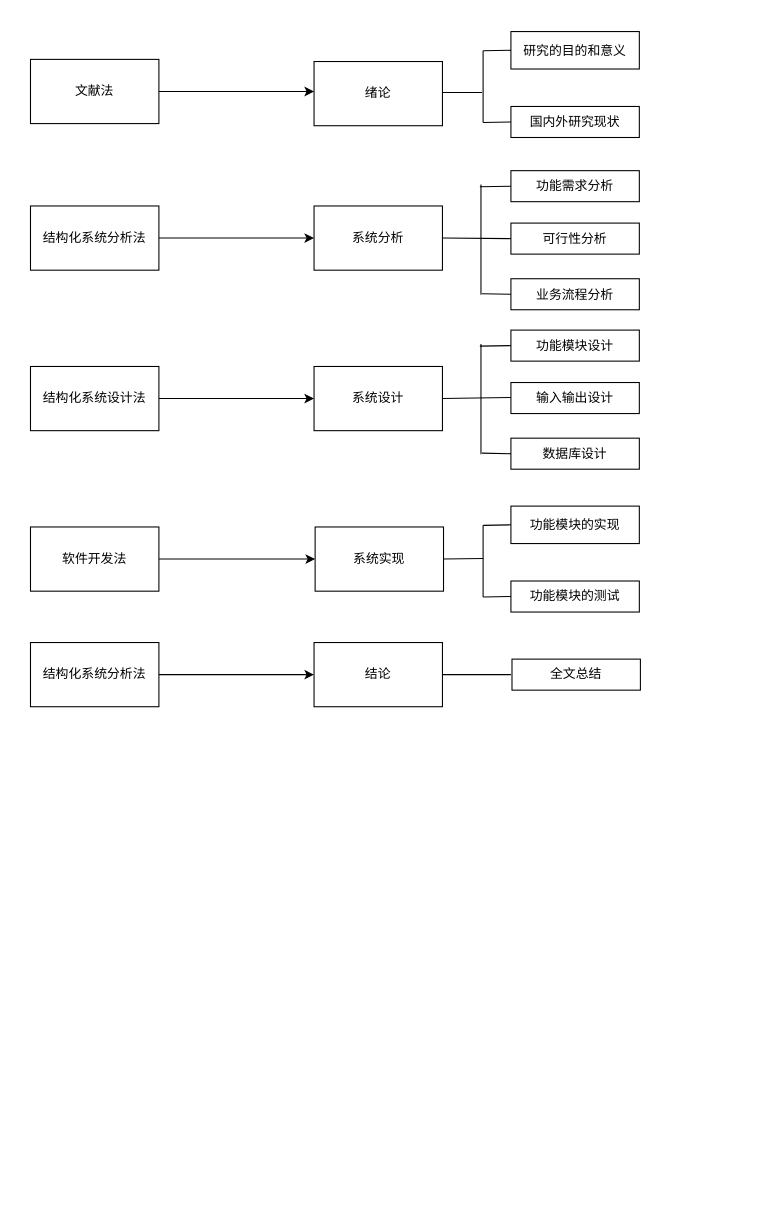
The draw.io diagram images/技术路线.drawio in biienu/draw-io, before the edit. Source tidied: cells renumbered, new cells numbered last; positions are measured from the earlier drawing's top-left corner, leaving out a move shared by most shapes. Both pictures are drawn from the tidied source at 107%, with x=0, y=0 at pixel (30, 31).
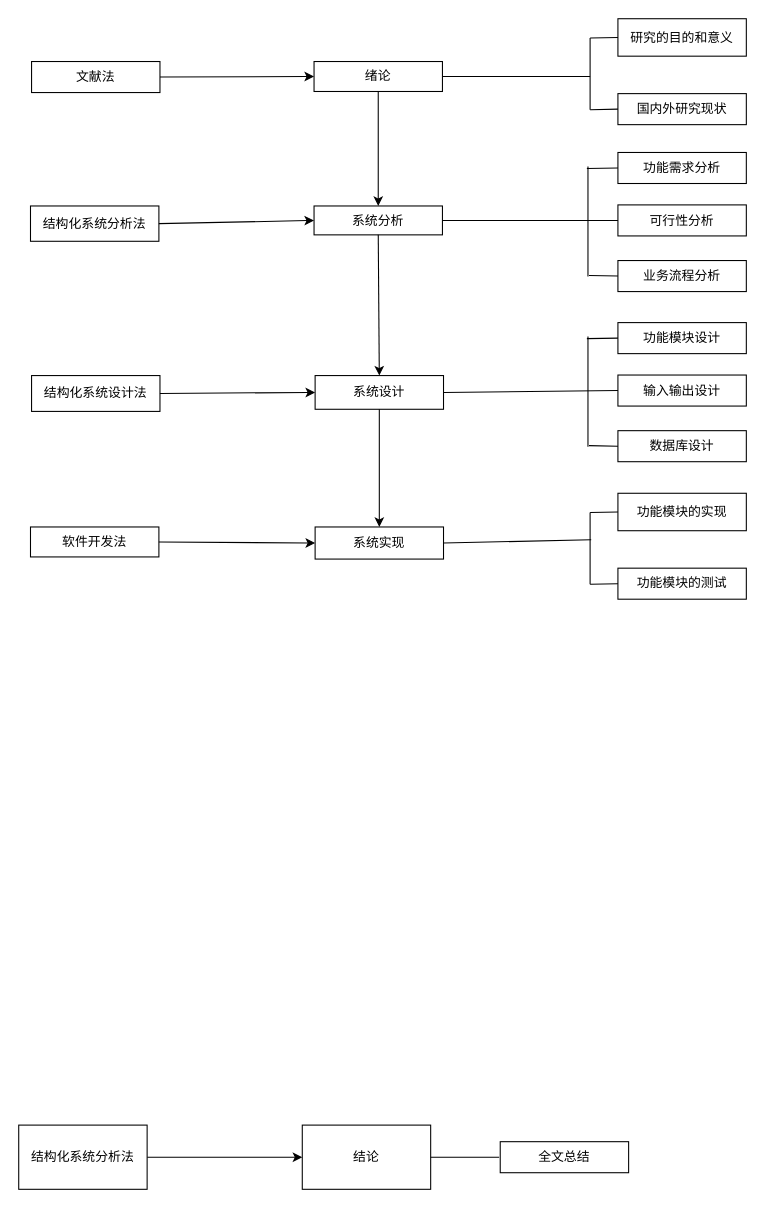
After the change.

Commit message:
更新技术路线.drawio

The edit, as a diff of the source:
```diff
@@
-    <mxCell id="2" style="edgeStyle=orthogonalEdgeStyle;rounded=0;jettySize=auto;html=1;" parent="1" edge="1" source="3">
-      <mxGeometry relative="1" as="geometry">
-        <mxPoint x="265" y="56" as="targetPoint" />
-      </mxGeometry>
-    </mxCell>
     <mxCell id="3" value="文献法" style="rounded=0;whiteSpace=wrap;html=1;" parent="1" vertex="1">
-      <mxGeometry y="26" width="120" height="60" as="geometry" />
+      <mxGeometry x="1" y="28" width="120" height="29" as="geometry" />
     </mxCell>
     <mxCell id="4" value="绪论" style="rounded=0;whiteSpace=wrap;html=1;" parent="1" vertex="1">
-      <mxGeometry x="265" y="28" width="120" height="60" as="geometry" />
+      <mxGeometry x="265" y="28" width="120" height="28" as="geometry" />
     </mxCell>
     <mxCell id="5" value="国内外研究现状" style="rounded=0;whiteSpace=wrap;html=1;" parent="1" vertex="1">
-      <mxGeometry x="449" y="70" width="120" height="29" as="geometry" />
+      <mxGeometry x="549" y="58" width="120" height="29" as="geometry" />
     </mxCell>
     <mxCell id="6" value="研究的目的和意义" style="rounded=0;whiteSpace=wrap;html=1;" parent="1" vertex="1">
-      <mxGeometry x="449" width="120" height="35" as="geometry" />
+      <mxGeometry x="549" y="-12" width="120" height="35" as="geometry" />
     </mxCell>
-    <mxCell id="7" style="endArrow=none;html=1;rounded=0;exitX=1;exitY=0.5;exitDx=0;exitDy=0;" parent="1" edge="1">
-      <mxGeometry relative="1" as="geometry">
-        <mxPoint x="385" y="57" as="sourcePoint" />
-        <mxPoint x="422" y="57" as="targetPoint" />
-      </mxGeometry>
-    </mxCell>
     <mxCell id="8" style="endArrow=none;html=1;rounded=0;" parent="1" edge="1">
       <mxGeometry relative="1" as="geometry">
-        <mxPoint x="423" y="85" as="sourcePoint" />
-        <mxPoint x="423" y="18" as="targetPoint" />
+        <mxPoint x="523" y="73" as="sourcePoint" />
+        <mxPoint x="523" y="6" as="targetPoint" />
       </mxGeometry>
     </mxCell>
-    <mxCell id="9" style="edgeStyle=orthogonalEdgeStyle;rounded=0;jettySize=auto;html=1;" parent="1" edge="1" source="10" target="11">
-      <mxGeometry relative="1" as="geometry" />
-    </mxCell>
     <mxCell id="10" value="结构化系统分析法" style="rounded=0;whiteSpace=wrap;html=1;" parent="1" vertex="1">
-      <mxGeometry y="163" width="120" height="60" as="geometry" />
+      <mxGeometry y="163" width="120" height="33" as="geometry" />
     </mxCell>
     <mxCell id="11" value="系统分析" style="whiteSpace=wrap;html=1;rounded=0;" parent="1" vertex="1">
-      <mxGeometry x="265" y="163" width="120" height="60" as="geometry" />
+      <mxGeometry x="265" y="163" width="120" height="27" as="geometry" />
     </mxCell>
     <mxCell id="12" style="endArrow=none;html=1;rounded=0;exitX=0;exitY=0.5;exitDx=0;exitDy=0;" parent="1" edge="1" source="5">
       <mxGeometry relative="1" as="geometry">
-        <mxPoint x="423" y="85" as="targetPoint" />
+        <mxPoint x="523" y="73" as="targetPoint" />
       </mxGeometry>
     </mxCell>
     <mxCell id="13" style="endArrow=none;html=1;rounded=0;entryX=0;entryY=0.5;entryDx=0;entryDy=0;" parent="1" edge="1" target="6">
       <mxGeometry relative="1" as="geometry">
-        <mxPoint x="423" y="18" as="sourcePoint" />
+        <mxPoint x="523" y="6" as="sourcePoint" />
       </mxGeometry>
     </mxCell>
-    <mxCell id="14" style="endArrow=none;html=1;rounded=0;exitX=1;exitY=0.5;exitDx=0;exitDy=0;entryX=0;entryY=0.5;entryDx=0;entryDy=0;" parent="1" edge="1" source="11" target="16">
-      <mxGeometry relative="1" as="geometry" />
-    </mxCell>
     <mxCell id="15" value="功能需求分析" style="rounded=0;whiteSpace=wrap;html=1;" parent="1" vertex="1">
-      <mxGeometry x="449" y="130" width="120" height="29" as="geometry" />
+      <mxGeometry x="549" y="113" width="120" height="29" as="geometry" />
     </mxCell>
     <mxCell id="16" value="可行性分析" style="rounded=0;whiteSpace=wrap;html=1;" parent="1" vertex="1">
-      <mxGeometry x="449" y="179" width="120" height="29" as="geometry" />
+      <mxGeometry x="549" y="162" width="120" height="29" as="geometry" />
     </mxCell>
     <mxCell id="17" value="业务流程分析" style="rounded=0;whiteSpace=wrap;html=1;" parent="1" vertex="1">
-      <mxGeometry x="449" y="231" width="120" height="29" as="geometry" />
+      <mxGeometry x="549" y="214" width="120" height="29" as="geometry" />
     </mxCell>
     <mxCell id="18" style="endArrow=none;html=1;rounded=0;" parent="1" edge="1">
       <mxGeometry relative="1" as="geometry">
-        <mxPoint x="421" y="246" as="sourcePoint" />
-        <mxPoint x="421" y="143" as="targetPoint" />
+        <mxPoint x="521" y="229" as="sourcePoint" />
+        <mxPoint x="521" y="126" as="targetPoint" />
       </mxGeometry>
     </mxCell>
     <mxCell id="19" style="endArrow=none;html=1;rounded=0;entryX=0;entryY=0.5;entryDx=0;entryDy=0;" parent="1" edge="1" target="15">
       <mxGeometry relative="1" as="geometry">
-        <mxPoint x="420" y="145" as="sourcePoint" />
+        <mxPoint x="520" y="128" as="sourcePoint" />
       </mxGeometry>
     </mxCell>
     <mxCell id="20" style="endArrow=none;html=1;rounded=0;exitX=0;exitY=0.5;exitDx=0;exitDy=0;" parent="1" edge="1" source="17">
       <mxGeometry relative="1" as="geometry">
-        <mxPoint x="422" y="245" as="targetPoint" />
+        <mxPoint x="522" y="228" as="targetPoint" />
       </mxGeometry>
     </mxCell>
-    <mxCell id="21" style="edgeStyle=orthogonalEdgeStyle;rounded=0;jettySize=auto;html=1;" parent="1" edge="1" source="22" target="23">
-      <mxGeometry relative="1" as="geometry" />
-    </mxCell>
     <mxCell id="22" value="结构化系统设计法" style="rounded=0;whiteSpace=wrap;html=1;" parent="1" vertex="1">
-      <mxGeometry y="313" width="120" height="60" as="geometry" />
+      <mxGeometry x="1" y="321.5" width="120" height="33.5" as="geometry" />
     </mxCell>
     <mxCell id="23" value="系统设计" style="whiteSpace=wrap;html=1;rounded=0;" parent="1" vertex="1">
-      <mxGeometry x="265" y="313" width="120" height="60" as="geometry" />
+      <mxGeometry x="266" y="321.5" width="120" height="31.5" as="geometry" />
     </mxCell>
     <mxCell id="24" value="功能模块设计" style="rounded=0;whiteSpace=wrap;html=1;" parent="1" vertex="1">
-      <mxGeometry x="449" y="279" width="120" height="29" as="geometry" />
+      <mxGeometry x="549" y="272" width="120" height="29" as="geometry" />
     </mxCell>
     <mxCell id="25" value="输入输出设计" style="rounded=0;whiteSpace=wrap;html=1;" parent="1" vertex="1">
-      <mxGeometry x="449" y="328" width="120" height="29" as="geometry" />
+      <mxGeometry x="549" y="321" width="120" height="29" as="geometry" />
     </mxCell>
     <mxCell id="26" value="数据库设计" style="rounded=0;whiteSpace=wrap;html=1;" parent="1" vertex="1">
-      <mxGeometry x="449" y="380" width="120" height="29" as="geometry" />
+      <mxGeometry x="549" y="373" width="120" height="29" as="geometry" />
     </mxCell>
     <mxCell id="27" style="endArrow=none;html=1;rounded=0;" parent="1" edge="1">
       <mxGeometry relative="1" as="geometry">
-        <mxPoint x="421" y="395" as="sourcePoint" />
-        <mxPoint x="421" y="292" as="targetPoint" />
+        <mxPoint x="521" y="388" as="sourcePoint" />
+        <mxPoint x="521" y="285" as="targetPoint" />
       </mxGeometry>
     </mxCell>
     <mxCell id="28" style="endArrow=none;html=1;rounded=0;entryX=0;entryY=0.5;entryDx=0;entryDy=0;" parent="1" edge="1" target="24">
       <mxGeometry relative="1" as="geometry">
-        <mxPoint x="420" y="294" as="sourcePoint" />
+        <mxPoint x="520" y="287" as="sourcePoint" />
       </mxGeometry>
     </mxCell>
     <mxCell id="29" style="endArrow=none;html=1;rounded=0;exitX=0;exitY=0.5;exitDx=0;exitDy=0;" parent="1" edge="1" source="26">
       <mxGeometry relative="1" as="geometry">
-        <mxPoint x="422" y="394" as="targetPoint" />
+        <mxPoint x="522" y="387" as="targetPoint" />
       </mxGeometry>
     </mxCell>
-    <mxCell id="30" style="endArrow=none;html=1;rounded=0;exitX=1;exitY=0.5;exitDx=0;exitDy=0;" parent="1" edge="1" source="23">
-      <mxGeometry relative="1" as="geometry">
-        <mxPoint x="449" y="342" as="targetPoint" />
-      </mxGeometry>
-    </mxCell>
-    <mxCell id="31" style="edgeStyle=orthogonalEdgeStyle;rounded=0;jettySize=auto;html=1;" parent="1" edge="1" source="32" target="33">
-      <mxGeometry relative="1" as="geometry" />
-    </mxCell>
     <mxCell id="32" value="软件开发法" style="rounded=0;whiteSpace=wrap;html=1;" parent="1" vertex="1">
-      <mxGeometry y="463" width="120" height="60" as="geometry" />
+      <mxGeometry y="463" width="120" height="28" as="geometry" />
     </mxCell>
     <mxCell id="33" value="系统实现" style="whiteSpace=wrap;html=1;rounded=0;" parent="1" vertex="1">
-      <mxGeometry x="266" y="463" width="120" height="60" as="geometry" />
+      <mxGeometry x="266" y="463" width="120" height="30" as="geometry" />
     </mxCell>
     <mxCell id="34" value="功能模块的测试" style="rounded=0;whiteSpace=wrap;html=1;" parent="1" vertex="1">
-      <mxGeometry x="449" y="513.5" width="120" height="29" as="geometry" />
+      <mxGeometry x="549" y="501.5" width="120" height="29" as="geometry" />
     </mxCell>
     <mxCell id="35" value="功能模块的实现" style="rounded=0;whiteSpace=wrap;html=1;" parent="1" vertex="1">
-      <mxGeometry x="449" y="443.5" width="120" height="35" as="geometry" />
+      <mxGeometry x="549" y="431.5" width="120" height="35" as="geometry" />
     </mxCell>
     <mxCell id="36" style="endArrow=none;html=1;rounded=0;" parent="1" edge="1">
       <mxGeometry relative="1" as="geometry">
-        <mxPoint x="423" y="528.5" as="sourcePoint" />
-        <mxPoint x="423" y="461.5" as="targetPoint" />
+        <mxPoint x="523" y="516.5" as="sourcePoint" />
+        <mxPoint x="523" y="449.5" as="targetPoint" />
       </mxGeometry>
     </mxCell>
     <mxCell id="37" style="endArrow=none;html=1;rounded=0;exitX=0;exitY=0.5;exitDx=0;exitDy=0;" parent="1" edge="1" source="34">
       <mxGeometry relative="1" as="geometry">
-        <mxPoint x="423" y="528.5" as="targetPoint" />
+        <mxPoint x="523" y="516.5" as="targetPoint" />
       </mxGeometry>
     </mxCell>
     <mxCell id="38" style="endArrow=none;html=1;rounded=0;entryX=0;entryY=0.5;entryDx=0;entryDy=0;" parent="1" edge="1" target="35">
       <mxGeometry relative="1" as="geometry">
-        <mxPoint x="423" y="461.5" as="sourcePoint" />
+        <mxPoint x="523" y="449.5" as="sourcePoint" />
       </mxGeometry>
     </mxCell>
-    <mxCell id="39" style="endArrow=none;html=1;rounded=0;exitX=1;exitY=0.5;exitDx=0;exitDy=0;" parent="1" edge="1" source="33">
-      <mxGeometry relative="1" as="geometry">
-        <mxPoint x="423" y="492.5" as="targetPoint" />
-      </mxGeometry>
-    </mxCell>
@@
     <mxCell id="41" value="结构化系统分析法" style="rounded=0;whiteSpace=wrap;html=1;" parent="1" vertex="1">
-      <mxGeometry y="571" width="120" height="60" as="geometry" />
+      <mxGeometry x="-11" y="1022" width="120" height="60" as="geometry" />
     </mxCell>
     <mxCell id="42" value="结论" style="whiteSpace=wrap;html=1;rounded=0;" parent="1" vertex="1">
-      <mxGeometry x="265" y="571" width="120" height="60" as="geometry" />
+      <mxGeometry x="254" y="1022" width="120" height="60" as="geometry" />
     </mxCell>
     <mxCell id="43" value="全文总结" style="rounded=0;whiteSpace=wrap;html=1;" parent="1" vertex="1">
-      <mxGeometry x="450" y="586.5" width="120" height="29" as="geometry" />
+      <mxGeometry x="439" y="1037.5" width="120" height="29" as="geometry" />
     </mxCell>
     <mxCell id="44" style="endArrow=none;html=1;rounded=0;exitX=1;exitY=0.5;exitDx=0;exitDy=0;" parent="1" edge="1" source="42">
       <mxGeometry relative="1" as="geometry">
-        <mxPoint x="449" y="601" as="targetPoint" />
+        <mxPoint x="438" y="1052" as="targetPoint" />
       </mxGeometry>
     </mxCell>
+    <mxCell id="45" style="endArrow=classic;html=1;rounded=0;exitX=0.5;exitY=1;exitDx=0;exitDy=0;entryX=0.5;entryY=0;entryDx=0;entryDy=0;" parent="1" edge="1" source="4" target="11">
+      <mxGeometry relative="1" as="geometry" />
+    </mxCell>
+    <mxCell id="46" style="endArrow=classic;html=1;rounded=0;exitX=0.5;exitY=1;exitDx=0;exitDy=0;entryX=0.5;entryY=0;entryDx=0;entryDy=0;" parent="1" edge="1" source="11" target="23">
+      <mxGeometry relative="1" as="geometry" />
+    </mxCell>
+    <mxCell id="47" style="endArrow=classic;html=1;rounded=0;exitX=0.5;exitY=1;exitDx=0;exitDy=0;entryX=0.5;entryY=0;entryDx=0;entryDy=0;" parent="1" edge="1" source="23" target="33">
+      <mxGeometry relative="1" as="geometry" />
+    </mxCell>
+    <mxCell id="48" style="endArrow=classic;html=1;rounded=0;exitX=1;exitY=0.5;exitDx=0;exitDy=0;entryX=0;entryY=0.5;entryDx=0;entryDy=0;" parent="1" edge="1" source="3" target="4">
+      <mxGeometry relative="1" as="geometry" />
+    </mxCell>
+    <mxCell id="9" style="endArrow=classic;html=1;rounded=0;exitX=1;exitY=0.5;exitDx=0;exitDy=0;entryX=0;entryY=0.5;entryDx=0;entryDy=0;" parent="1" edge="1" source="10" target="11">
+      <mxGeometry relative="1" as="geometry" />
+    </mxCell>
+    <mxCell id="21" style="endArrow=classic;html=1;rounded=0;exitX=1;exitY=0.5;exitDx=0;exitDy=0;entryX=0;entryY=0.5;entryDx=0;entryDy=0;" parent="1" edge="1" source="22" target="23">
+      <mxGeometry relative="1" as="geometry" />
+    </mxCell>
+    <mxCell id="31" style="endArrow=classic;html=1;rounded=0;exitX=1;exitY=0.5;exitDx=0;exitDy=0;entryX=0;entryY=0.5;entryDx=0;entryDy=0;" parent="1" edge="1" source="32" target="33">
+      <mxGeometry relative="1" as="geometry" />
+    </mxCell>
+    <mxCell id="49" style="endArrow=none;html=1;rounded=0;exitX=1;exitY=0.5;exitDx=0;exitDy=0;" parent="1" edge="1" source="4">
+      <mxGeometry relative="1" as="geometry">
+        <mxPoint x="523" y="42" as="targetPoint" />
+      </mxGeometry>
+    </mxCell>
+    <mxCell id="14" style="endArrow=none;html=1;rounded=0;exitX=1;exitY=0.5;exitDx=0;exitDy=0;entryX=0;entryY=0.5;entryDx=0;entryDy=0;" parent="1" edge="1" source="11" target="16">
+      <mxGeometry relative="1" as="geometry" />
+    </mxCell>
+    <mxCell id="50" style="endArrow=none;html=1;rounded=0;exitX=1;exitY=0.5;exitDx=0;exitDy=0;entryX=0;entryY=0.5;entryDx=0;entryDy=0;" parent="1" edge="1" source="23" target="25">
+      <mxGeometry relative="1" as="geometry" />
+    </mxCell>
+    <mxCell id="51" style="endArrow=none;html=1;rounded=0;exitX=1;exitY=0.5;exitDx=0;exitDy=0;" parent="1" edge="1" source="33">
+      <mxGeometry relative="1" as="geometry">
+        <mxPoint x="524" y="475" as="targetPoint" />
+      </mxGeometry>
+    </mxCell>
```
